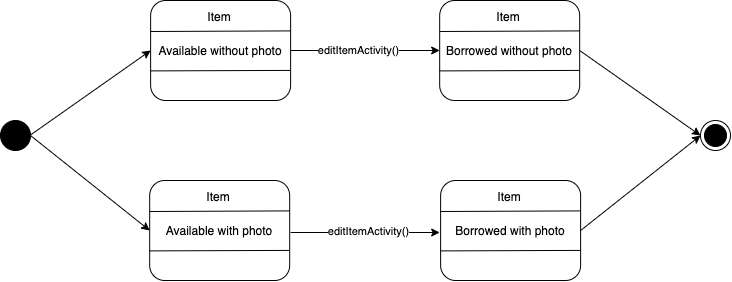
The draw.io diagram UML Examples/BorrowAppItems State Diagram.png in smitbmx/Architecture-Diagrams, before a commit. Source tidied: cells renumbered, new cells last; positions are measured from the earlier drawing's top-left corner, leaving out a move shared by most shapes.
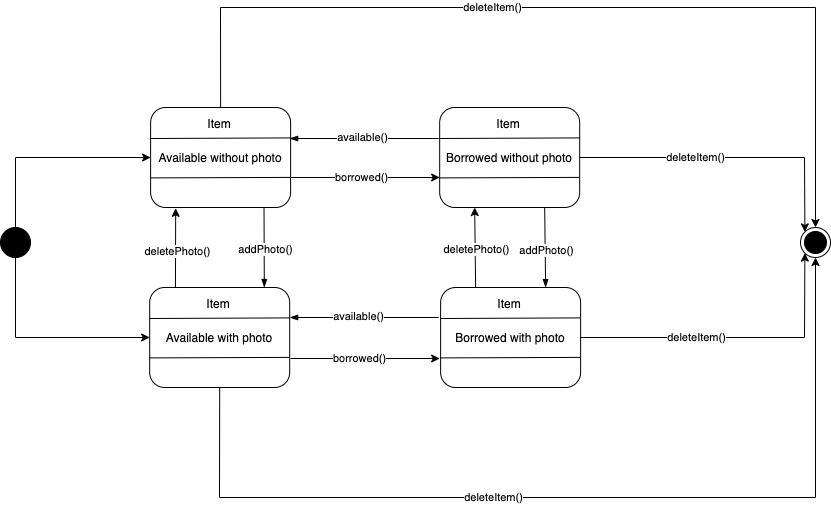
The same file after the commit.

The edit, as a diff of the source:
```diff
@@ -69,37 +69,142 @@
     <mxCell id="18" value="Item" style="text;html=1;strokeColor=none;fillColor=none;align=center;verticalAlign=middle;whiteSpace=wrap;rounded=0;" parent="1" vertex="1">
       <mxGeometry x="488.2" y="6" width="40" height="20" as="geometry" />
     </mxCell>
-    <mxCell id="19" style="endArrow=classic;html=1;exitX=1;exitY=0.5;exitDx=0;exitDy=0;entryX=0;entryY=0.5;entryDx=0;entryDy=0;" parent="1" edge="1" source="2" target="15">
-      <mxGeometry relative="1" as="geometry" />
+    <mxCell id="19" style="endArrow=classic;html=1;exitX=1;exitY=0.5;exitDx=0;exitDy=0;entryX=0;entryY=0.5;entryDx=0;entryDy=0;" parent="1" edge="1">
+      <mxGeometry relative="1" as="geometry">
+        <mxPoint x="290.1" y="70" as="sourcePoint" />
+        <mxPoint x="439.2" y="70" as="targetPoint" />
+      </mxGeometry>
     </mxCell>
-    <mxCell id="20" value="editItemActivity()" style="edgeLabel;html=1;align=center;verticalAlign=middle;" parent="19" vertex="1">
-      <mxGeometry x="-0.1" y="1" relative="1" as="geometry" />
-    </mxCell>
+    <mxCell id="28" value="borrowed()" style="edgeLabel;html=1;align=center;verticalAlign=middle;" parent="19" vertex="1">
+      <mxGeometry x="-0.05" y="1" relative="1" as="geometry" />
+    </mxCell>
     <mxCell id="21" style="endArrow=classic;html=1;exitX=1;exitY=0.5;exitDx=0;exitDy=0;entryX=0;entryY=0.5;entryDx=0;entryDy=0;" parent="1" edge="1">
       <mxGeometry relative="1" as="geometry">
-        <mxPoint x="290.1" y="232" as="sourcePoint" />
-        <mxPoint x="439.2" y="232" as="targetPoint" />
+        <mxPoint x="290.1" y="251" as="sourcePoint" />
+        <mxPoint x="439.2" y="251" as="targetPoint" />
       </mxGeometry>
     </mxCell>
-    <mxCell id="22" value="editItemActivity()" style="edgeLabel;html=1;align=center;verticalAlign=middle;" parent="1" vertex="1">
-      <mxGeometry x="367" y="230" as="geometry" />
-    </mxCell>
+    <mxCell id="29" value="borrowed()" style="edgeLabel;html=1;align=center;verticalAlign=middle;" parent="21" vertex="1">
+      <mxGeometry x="-0.09" y="-1" relative="1" as="geometry">
+        <mxPoint y="-2" as="offset" />
+      </mxGeometry>
+    </mxCell>
     <mxCell id="23" style="ellipse;html=1;shape=endState;fillColor=#000000;strokeColor=#000000;" parent="1" vertex="1">
-      <mxGeometry x="700" y="120" width="30" height="30" as="geometry" />
+      <mxGeometry x="800" y="120" width="30" height="30" as="geometry" />
     </mxCell>
-    <mxCell id="24" style="endArrow=classic;html=1;entryX=0;entryY=0.5;entryDx=0;entryDy=0;" parent="1" edge="1" target="2">
+    <mxCell id="24" style="endArrow=classic;html=1;entryX=0;entryY=0.5;entryDx=0;entryDy=0;exitX=0.5;exitY=0;exitDx=0;exitDy=0;rounded=0;" parent="1" edge="1" source="10" target="2">
       <mxGeometry relative="1" as="geometry">
-        <mxPoint x="30" y="134.5" as="sourcePoint" />
+        <Array as="points">
+          <mxPoint x="15" y="50" />
+        </Array>
       </mxGeometry>
     </mxCell>
-    <mxCell id="25" style="endArrow=classic;html=1;exitX=1;exitY=0.5;exitDx=0;exitDy=0;entryX=0;entryY=0.5;entryDx=0;entryDy=0;" parent="1" edge="1" source="10" target="6">
-      <mxGeometry relative="1" as="geometry" />
+    <mxCell id="25" style="endArrow=classic;html=1;exitX=0.5;exitY=1;exitDx=0;exitDy=0;entryX=0;entryY=0.5;entryDx=0;entryDy=0;rounded=0;" parent="1" edge="1" source="10" target="6">
+      <mxGeometry relative="1" as="geometry">
+        <Array as="points">
+          <mxPoint x="15" y="230" />
+        </Array>
+      </mxGeometry>
     </mxCell>
-    <mxCell id="26" style="endArrow=classic;html=1;entryX=0;entryY=0.5;entryDx=0;entryDy=0;exitX=1;exitY=0.5;exitDx=0;exitDy=0;" parent="1" edge="1" source="11" target="23">
-      <mxGeometry relative="1" as="geometry" />
+    <mxCell id="26" style="endArrow=classic;html=1;entryX=0;entryY=1;entryDx=0;entryDy=0;exitX=1;exitY=0.5;exitDx=0;exitDy=0;rounded=0;" parent="1" edge="1" source="11" target="23">
+      <mxGeometry relative="1" as="geometry">
+        <Array as="points">
+          <mxPoint x="804" y="230" />
+        </Array>
+      </mxGeometry>
     </mxCell>
+    <mxCell id="30" value="deleteItem()" style="edgeLabel;html=1;align=center;verticalAlign=middle;" parent="26" vertex="1">
+      <mxGeometry x="-0.25" y="-1" relative="1" as="geometry">
+        <mxPoint y="-2" as="offset" />
+      </mxGeometry>
+    </mxCell>
-    <mxCell id="27" style="endArrow=classic;html=1;exitX=1;exitY=0.5;exitDx=0;exitDy=0;entryX=0;entryY=0.5;entryDx=0;entryDy=0;" parent="1" edge="1" source="15" target="23">
-      <mxGeometry relative="1" as="geometry" />
+    <mxCell id="27" style="endArrow=classic;html=1;exitX=1;exitY=0.5;exitDx=0;exitDy=0;entryX=0;entryY=0;entryDx=0;entryDy=0;rounded=0;" parent="1" edge="1" source="15" target="23">
+      <mxGeometry relative="1" as="geometry">
+        <Array as="points">
+          <mxPoint x="804" y="50" />
+        </Array>
+      </mxGeometry>
     </mxCell>
+    <mxCell id="31" value="deleteItem()" style="edgeLabel;html=1;align=center;verticalAlign=middle;" parent="27" vertex="1">
+      <mxGeometry x="-0.23" y="-1" relative="1" as="geometry">
+        <mxPoint y="-2" as="offset" />
+      </mxGeometry>
+    </mxCell>
+    <mxCell id="32" style="endArrow=classic;html=1;exitX=0.5;exitY=0;exitDx=0;exitDy=0;entryX=0.5;entryY=0;entryDx=0;entryDy=0;rounded=0;" parent="1" edge="1" source="2" target="23">
+      <mxGeometry relative="1" as="geometry">
+        <Array as="points">
+          <mxPoint x="220" y="-100" />
+          <mxPoint x="815" y="-100" />
+        </Array>
+      </mxGeometry>
+    </mxCell>
+    <mxCell id="33" value="deleteItem()" style="edgeLabel;html=1;align=center;verticalAlign=middle;" parent="32" vertex="1">
+      <mxGeometry x="0.01" y="-1" relative="1" as="geometry">
+        <mxPoint x="-90" y="-2" as="offset" />
+      </mxGeometry>
+    </mxCell>
+    <mxCell id="34" style="endArrow=classic;html=1;exitX=0.5;exitY=1;exitDx=0;exitDy=0;entryX=0.5;entryY=1;entryDx=0;entryDy=0;rounded=0;" parent="1" edge="1" source="6" target="23">
+      <mxGeometry relative="1" as="geometry">
+        <Array as="points">
+          <mxPoint x="219" y="390" />
+          <mxPoint x="815" y="390" />
+        </Array>
+      </mxGeometry>
+    </mxCell>
+    <mxCell id="35" value="deleteItem()" style="edgeLabel;html=1;align=center;verticalAlign=middle;" parent="34" vertex="1">
+      <mxGeometry x="-0.02" y="1" relative="1" as="geometry">
+        <mxPoint x="-80" as="offset" />
+      </mxGeometry>
+    </mxCell>
+    <mxCell id="36" style="endArrow=none;html=1;exitX=1;exitY=0.5;exitDx=0;exitDy=0;entryX=0;entryY=0.5;entryDx=0;entryDy=0;startArrow=blockThin;startFill=1;endFill=0;" parent="1" edge="1">
+      <mxGeometry relative="1" as="geometry">
+        <mxPoint x="289.2" y="31" as="sourcePoint" />
+        <mxPoint x="438.2" y="31" as="targetPoint" />
+      </mxGeometry>
+    </mxCell>
+    <mxCell id="37" value="available()" style="edgeLabel;html=1;align=center;verticalAlign=middle;" parent="36" vertex="1">
+      <mxGeometry x="-0.04" relative="1" as="geometry">
+        <mxPoint y="-2" as="offset" />
+      </mxGeometry>
+    </mxCell>
+    <mxCell id="38" style="endArrow=none;html=1;exitX=1;exitY=0.5;exitDx=0;exitDy=0;entryX=0;entryY=0.5;entryDx=0;entryDy=0;startArrow=blockThin;startFill=1;endFill=0;" parent="1" edge="1">
+      <mxGeometry relative="1" as="geometry">
+        <mxPoint x="289.2" y="210" as="sourcePoint" />
+        <mxPoint x="438.2" y="210" as="targetPoint" />
+      </mxGeometry>
+    </mxCell>
+    <mxCell id="39" value="available()" style="edgeLabel;html=1;align=center;verticalAlign=middle;" parent="38" vertex="1">
+      <mxGeometry x="-0.08" y="2" relative="1" as="geometry" />
+    </mxCell>
+    <mxCell id="40" style="endArrow=classic;html=1;entryX=0.279;entryY=1.008;entryDx=0;entryDy=0;entryPerimeter=0;exitX=0.184;exitY=-0.004;exitDx=0;exitDy=0;exitPerimeter=0;" parent="1" edge="1" source="6">
+      <mxGeometry relative="1" as="geometry">
+        <mxPoint x="175.2" y="100.8" as="targetPoint" />
+      </mxGeometry>
+    </mxCell>
+    <mxCell id="41" value="deletePhoto()" style="edgeLabel;html=1;align=center;verticalAlign=middle;" parent="40" vertex="1">
+      <mxGeometry x="-0.08" y="-1" relative="1" as="geometry" />
+    </mxCell>
+    <mxCell id="42" style="endArrow=none;html=1;startArrow=blockThin;startFill=1;endFill=0;entryX=0.81;entryY=1.007;entryDx=0;entryDy=0;entryPerimeter=0;" parent="1" edge="1" target="2">
+      <mxGeometry relative="1" as="geometry">
+        <mxPoint x="263.8" y="180" as="sourcePoint" />
+      </mxGeometry>
+    </mxCell>
+    <mxCell id="43" value="addPhoto()" style="edgeLabel;html=1;align=center;verticalAlign=middle;" parent="42" vertex="1">
+      <mxGeometry x="-0.03" y="-1" relative="1" as="geometry" />
+    </mxCell>
+    <mxCell id="44" style="endArrow=classic;html=1;exitX=0.25;exitY=0;exitDx=0;exitDy=0;entryX=0.25;entryY=1;entryDx=0;entryDy=0;" parent="1" edge="1" source="11" target="15">
+      <mxGeometry relative="1" as="geometry" />
+    </mxCell>
+    <mxCell id="45" value="deletePhoto()" style="edgeLabel;html=1;align=center;verticalAlign=middle;" parent="44" vertex="1">
+      <mxGeometry x="-0.11" y="-1" relative="1" as="geometry">
+        <mxPoint y="-3" as="offset" />
+      </mxGeometry>
+    </mxCell>
+    <mxCell id="46" style="endArrow=none;html=1;startArrow=blockThin;startFill=1;endFill=0;exitX=0.75;exitY=0;exitDx=0;exitDy=0;entryX=0.75;entryY=1;entryDx=0;entryDy=0;" parent="1" edge="1" source="11" target="15">
+      <mxGeometry relative="1" as="geometry" />
+    </mxCell>
+    <mxCell id="47" value="addPhoto()" style="edgeLabel;html=1;align=center;verticalAlign=middle;" parent="46" vertex="1">
+      <mxGeometry x="-0.04" y="-1" relative="1" as="geometry" />
+    </mxCell>
   </root>
 </mxGraphModel>
```
